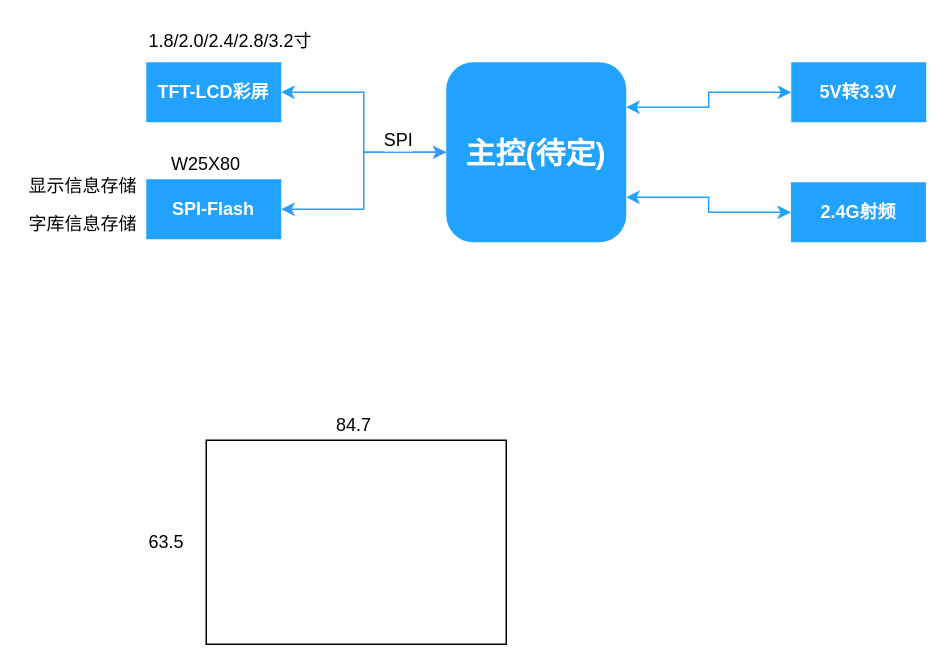
The draw.io diagram GUI预研项目.drawio in zjh6607476/drawing, before the edit. Source tidied: cells renumbered, new cells numbered last; positions are measured from the earlier drawing's top-left corner, leaving out a move shared by most shapes. Both pictures are drawn from the tidied source at 150%, with x=0, y=0 at pixel (26, 26).
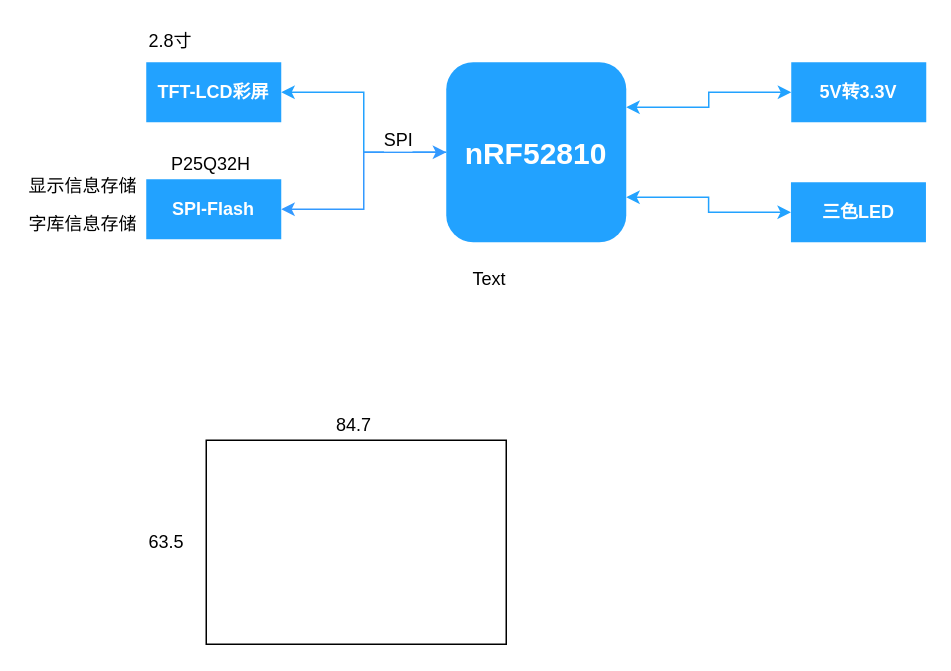
Above is the later version.

Commit message:
更新GUI预研项目.drawio

Change to the diagram source:
```diff
@@
-    <mxCell id="6" value="主控(待定)" style="whiteSpace=wrap;align=center;verticalAlign=middle;fontStyle=1;strokeWidth=3;fillColor=#22A2FF;rounded=1;glass=0;comic=0;shadow=0;fontSize=20;strokeColor=none;fontColor=#FFFFFF;" parent="1" vertex="1">
+    <mxCell id="6" value="nRF52810" style="whiteSpace=wrap;align=center;verticalAlign=middle;fontStyle=1;strokeWidth=3;fillColor=#22A2FF;rounded=1;glass=0;comic=0;shadow=0;fontSize=20;strokeColor=none;fontColor=#FFFFFF;" parent="1" vertex="1">
       <mxGeometry x="280" y="24" width="120" height="120" as="geometry" />
     </mxCell>
@@
-    <mxCell id="8" value="1.8/2.0/2.4/2.8/3.2寸" style="text;html=1;align=left;verticalAlign=top;spacingTop=-4;" parent="1" vertex="1">
-      <mxGeometry x="80" width="120" height="20" as="geometry" />
+    <mxCell id="8" value="2.8寸" style="text;html=1;align=left;verticalAlign=top;spacingTop=-4;" parent="1" vertex="1">
+      <mxGeometry x="80" width="40" height="20" as="geometry" />
     </mxCell>
@@
-    <mxCell id="12" value="2.4G射频" style="whiteSpace=wrap;align=center;verticalAlign=middle;fontStyle=1;strokeWidth=3;fillColor=#22A2FF;strokeColor=none;fontColor=#FFFFFF;" parent="1" vertex="1">
+    <mxCell id="12" value="三色LED" style="whiteSpace=wrap;align=center;verticalAlign=middle;fontStyle=1;strokeWidth=3;fillColor=#22A2FF;strokeColor=none;fontColor=#FFFFFF;" parent="1" vertex="1">
       <mxGeometry x="509.8" y="104" width="90" height="40" as="geometry" />
     </mxCell>
-    <mxCell id="13" value="&lt;font&gt;W25X80&lt;/font&gt;" style="text;html=1;align=left;verticalAlign=top;spacingTop=-4;fontColor=#000000;" parent="1" vertex="1">
-      <mxGeometry x="95" y="82" width="60" height="20" as="geometry" />
+    <mxCell id="13" value="&lt;span&gt;P25Q32H&lt;/span&gt;&lt;br&gt;" style="text;html=1;align=left;verticalAlign=top;spacingTop=-4;fontColor=#000000;" parent="1" vertex="1">
+      <mxGeometry x="95" y="82" width="70" height="20" as="geometry" />
     </mxCell>
@@
+    <mxCell id="19" value="Text" style="text;html=1;align=left;verticalAlign=top;spacingTop=-4;" parent="1" vertex="1">
+      <mxGeometry x="296" y="159" width="40" height="20" as="geometry" />
+    </mxCell>
```
